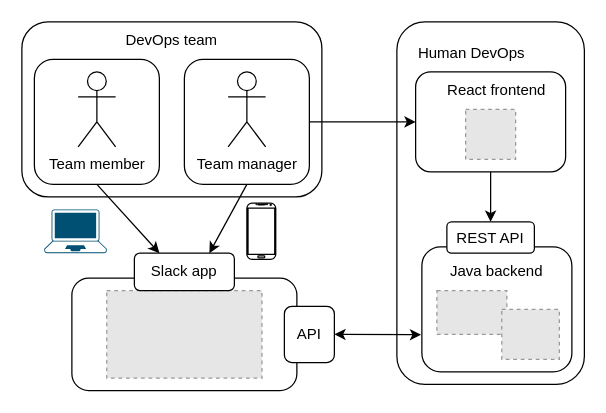
suken27/human-factors-java keeps this draw.io diagram as toolStructure.drawio. Above is the earlier version. Source tidied: cells renumbered, new cells numbered last; positions are measured from the earlier drawing's top-left corner, leaving out a move shared by most shapes. Both pictures are drawn from the tidied source at 125%, with x=0, y=0 at pixel (21, 21). Pictures stored in the file or linked from it are replaced by grey dashed boxes.
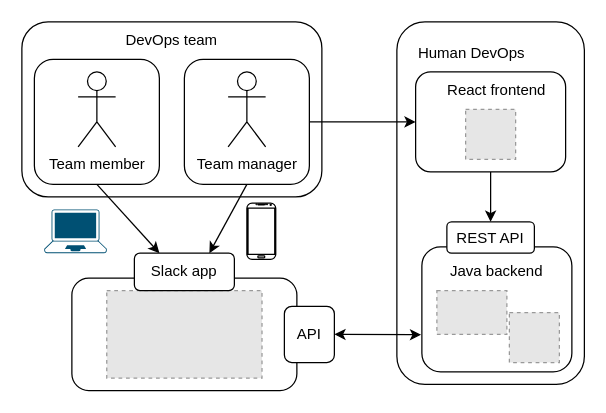
Above is the later version.

Commit message:
Modify the toolStructure diagram

What changed in the source:
```diff
@@
-    <mxCell id="28" style="fillColor=#E6E6E6;strokeColor=#999999;dashed=1;verticalLabelPosition=bottom;labelBackgroundColor=default;verticalAlign=top;" parent="1" vertex="1">
-      <mxGeometry x="383.9" y="230" width="46.1" height="40" as="geometry" />
-    </mxCell>
+    <mxCell id="29" style="fillColor=#E6E6E6;strokeColor=#999999;dashed=1;verticalLabelPosition=bottom;labelBackgroundColor=default;verticalAlign=top;" parent="1" vertex="1">
+      <mxGeometry x="390" y="232.5" width="40" height="40" as="geometry" />
+    </mxCell>
```
